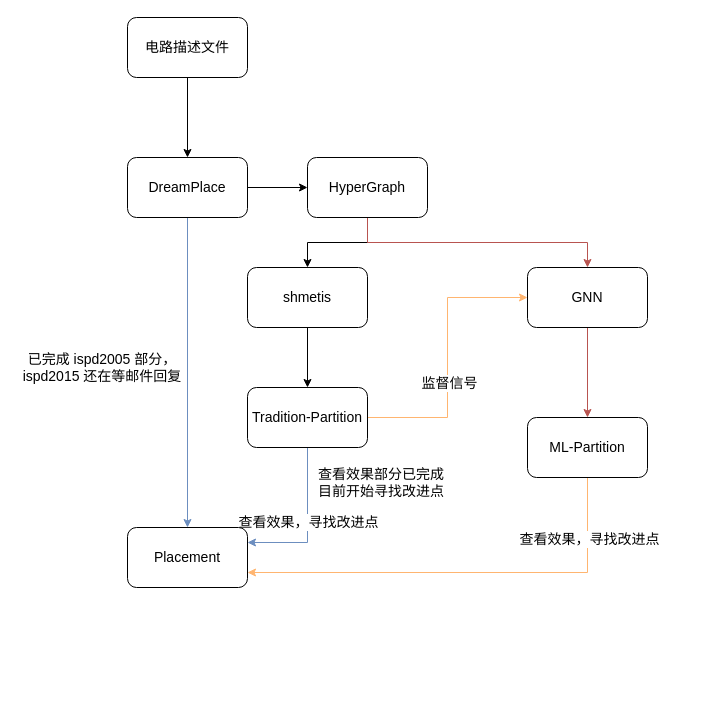
Before: doc/PartitionFlow.drawio in wangzhen0518/partition, a draw.io diagram. Source tidied: cells renumbered, new cells numbered last; positions are measured from the earlier drawing's top-left corner, leaving out a move shared by most shapes. Both pictures are drawn from the tidied source at 100%, with x=0, y=0 at pixel (17, 17).
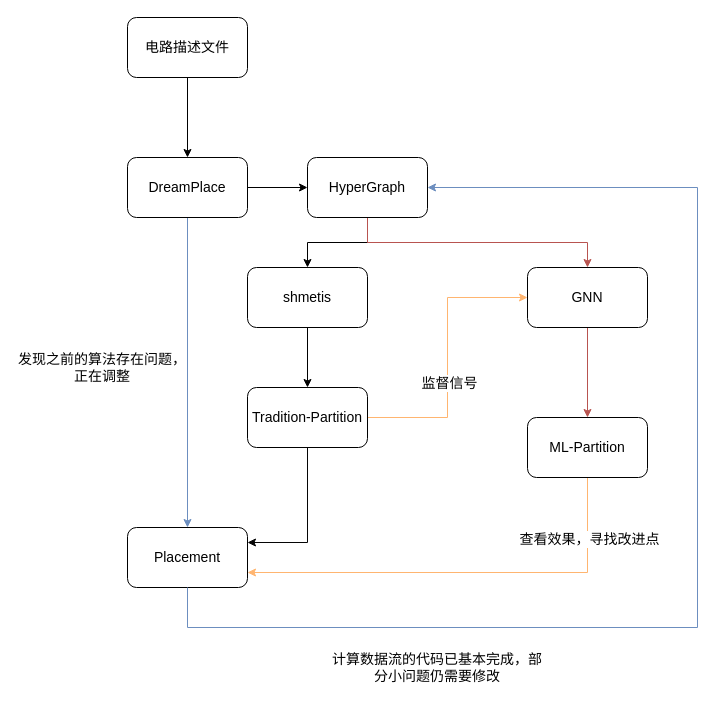
After the change.

The change refers to these unchanged cells:
```xml
<mxCell id="18" value="Tradition-Partition" style="rounded=1;whiteSpace=wrap;html=1;fontSize=14;" parent="1" vertex="1">
  <mxGeometry x="230" y="370" width="120" height="60" as="geometry" />
</mxCell>
<mxCell id="22" value="Placement" style="rounded=1;whiteSpace=wrap;html=1;fontSize=14;" parent="1" vertex="1">
  <mxGeometry x="110" y="510" width="120" height="60" as="geometry" />
</mxCell>
```

What changed in the source:
```diff
@@
-    <mxCell id="14" style="edgeStyle=orthogonalEdgeStyle;rounded=0;jettySize=auto;html=1;exitX=0.5;exitY=1;exitDx=0;exitDy=0;entryX=1;entryY=0.25;entryDx=0;entryDy=0;fontSize=14;fillColor=#dae8fc;strokeColor=#6c8ebf;" parent="1" edge="1" source="18" target="22">
+    <mxCell id="14" style="edgeStyle=orthogonalEdgeStyle;rounded=0;jettySize=auto;html=1;exitX=0.5;exitY=1;exitDx=0;exitDy=0;entryX=1;entryY=0.25;entryDx=0;entryDy=0;fontSize=14;fillColor=#dae8fc;strokeColor=#050505;" parent="1" edge="1" source="18" target="22">
       <mxGeometry relative="1" as="geometry" />
     </mxCell>
-    <mxCell id="15" value="查看效果，寻找改进点" style="edgeLabel;html=1;align=center;verticalAlign=middle;fontSize=14;" parent="14" vertex="1">
-      <mxGeometry x="-0.04" relative="1" as="geometry" />
-    </mxCell>
@@
-    <mxCell id="23" value="已完成 ispd2005 部分，ispd2015 还在等邮件回复" style="text;html=1;strokeColor=none;fillColor=none;align=center;verticalAlign=middle;whiteSpace=wrap;rounded=0;fontSize=14;" parent="1" vertex="1">
+    <mxCell id="23" value="发现之前的算法存在问题，正在调整" style="text;html=1;strokeColor=none;fillColor=none;align=center;verticalAlign=middle;whiteSpace=wrap;rounded=0;fontSize=14;" parent="1" vertex="1">
       <mxGeometry y="320" width="170" height="60" as="geometry" />
     </mxCell>
-    <mxCell id="24" value="查看效果部分已完成&lt;br style=&quot;font-size: 14px;&quot;&gt;目前开始寻找改进点" style="text;html=1;strokeColor=none;fillColor=none;align=center;verticalAlign=middle;whiteSpace=wrap;rounded=0;fontSize=14;" parent="1" vertex="1">
-      <mxGeometry x="284" y="430" width="160" height="70" as="geometry" />
-    </mxCell>
+    <mxCell id="25" style="edgeStyle=orthogonalEdgeStyle;rounded=0;jettySize=auto;html=1;exitX=0.5;exitY=1;exitDx=0;exitDy=0;fontSize=14;fillColor=#dae8fc;strokeColor=#6c8ebf;" parent="1" edge="1" source="22">
+      <mxGeometry relative="1" as="geometry">
+        <mxPoint x="410" y="170" as="targetPoint" />
+        <Array as="points">
+          <mxPoint x="170" y="610" />
+          <mxPoint x="680" y="610" />
+          <mxPoint x="680" y="170" />
+        </Array>
+      </mxGeometry>
+    </mxCell>
+    <mxCell id="26" value="计算数据流的代码已基本完成，部分小问题仍需要修改" style="text;html=1;strokeColor=none;fillColor=none;align=center;verticalAlign=middle;whiteSpace=wrap;rounded=0;fontSize=14;" parent="1" vertex="1">
+      <mxGeometry x="310" y="620" width="220" height="60" as="geometry" />
+    </mxCell>
```
